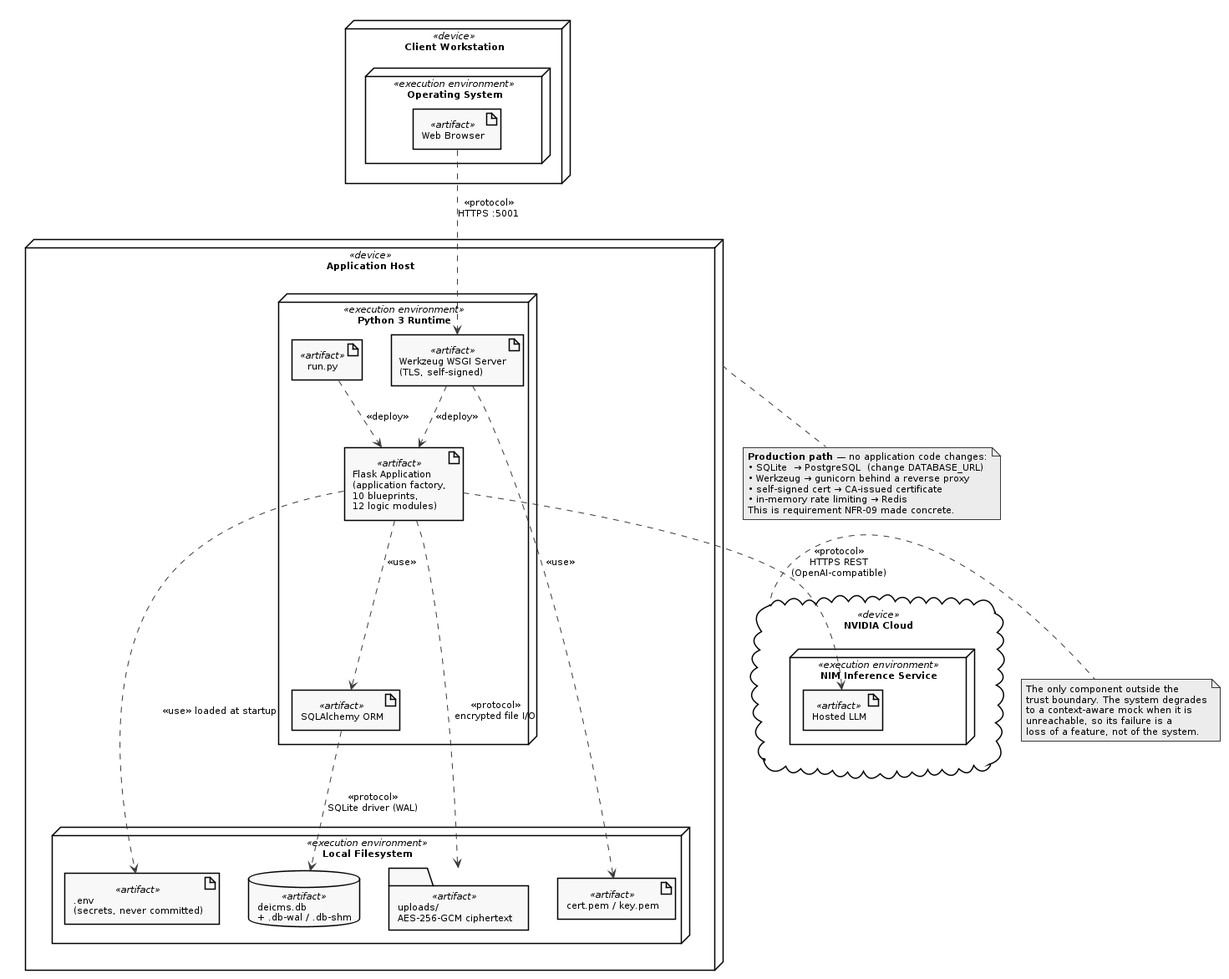
Above: diagrams_png/10_deployment.png in vidhyaharini0/DEICMS (PlantUML), before the change.
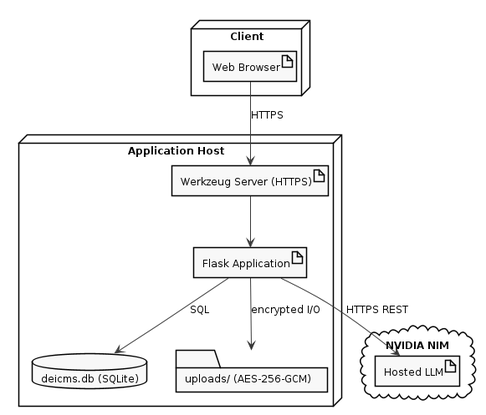
After the change.

The edit, as a diff of the source:
```diff
@@ -2,63 +2,27 @@
 skinparam monochrome true
 skinparam shadowing false
 skinparam defaultFontName Arial
-skinparam defaultFontSize 11
+skinparam defaultFontSize 12
 skinparam backgroundColor white
 
-node "Client Workstation" <<device>> as CLIENT {
-  node "Operating System" <<execution environment>> {
-    artifact "Web Browser" <<artifact>> as BROWSER
-  }
+node "Client" {
+  artifact "Web Browser" as BROWSER
 }
 
-node "Application Host" <<device>> as HOST {
-
-  node "Python 3 Runtime" <<execution environment>> as PY {
-    artifact "run.py" <<artifact>> as RUN
-    artifact "Flask Application\n(application factory,\n10 blueprints,\n12 logic modules)" <<artifact>> as APP
-    artifact "SQLAlchemy ORM" <<artifact>> as ORM
-    artifact "Werkzeug WSGI Server\n(TLS, self-signed)" <<artifact>> as WSGI
-  }
-
-  node "Local Filesystem" <<execution environment>> as FSYS {
-    database "deicms.db\n+ .db-wal / .db-shm" <<artifact>> as DB
-    folder "uploads/\nAES-256-GCM ciphertext" <<artifact>> as UP
-    artifact ".env\n(secrets, never committed)" <<artifact>> as ENV
-    artifact "cert.pem / key.pem" <<artifact>> as CERT
-  }
+node "Application Host" {
+  artifact "Werkzeug Server (HTTPS)" as WSGI
+  artifact "Flask Application" as APP
+  database "deicms.db (SQLite)" as DB
+  folder "uploads/ (AES-256-GCM)" as FS
 }
 
-cloud "NVIDIA Cloud" <<device>> as CLOUD {
-  node "NIM Inference Service" <<execution environment>> {
-    artifact "Hosted LLM" <<artifact>> as MODEL
-  }
+cloud "NVIDIA NIM" {
+  artifact "Hosted LLM" as LLM
 }
 
-BROWSER ..> WSGI : <<protocol>>\nHTTPS :5001
-
-RUN     ..> APP  : <<deploy>>
-WSGI    ..> APP  : <<deploy>>
-APP     ..> ORM  : <<use>>
-ORM     ..> DB   : <<protocol>>\nSQLite driver (WAL)
-APP     ..> UP   : <<protocol>>\nencrypted file I/O
-APP     ..> ENV  : <<use>> loaded at startup
-WSGI    ..> CERT : <<use>>
-APP     ..> MODEL : <<protocol>>\nHTTPS REST\n(OpenAI-compatible)
-
-note bottom of HOST
-  <b>Production path</b> — no application code changes:
-  • SQLite  → PostgreSQL  (change DATABASE_URL)
-  • Werkzeug → gunicorn behind a reverse proxy
-  • self-signed cert → CA-issued certificate
-  • in-memory rate limiting → Redis
-  This is requirement NFR-09 made concrete.
-end note
-
-note right of CLOUD
-  The only component outside the
-  trust boundary. The system degrades
-  to a context-aware mock when it is
-  unreachable, so its failure is a
-  loss of a feature, not of the system.
-end note
+BROWSER --> WSGI : HTTPS
+WSGI --> APP
+APP --> DB : SQL
+APP --> FS : encrypted I/O
+APP --> LLM : HTTPS REST
 @enduml
```
